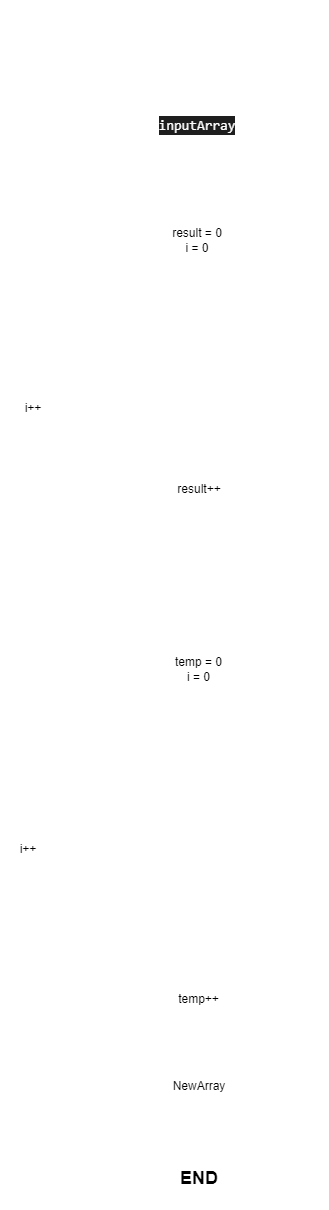
Above: FinalWork.drawio.png in nondusty1/FinalWork (draw.io), before the change. Source tidied: cells renumbered, new cells last; positions are measured from the earlier drawing's top-left corner, leaving out a move shared by most shapes. Source of this version:
```xml
<mxGraphModel>
  <root>
    <mxCell id="0" />
    <mxCell id="1" parent="0" />
    <mxCell id="2" style="edgeStyle=none;html=1;exitX=0.5;exitY=1;exitDx=0;exitDy=0;entryX=0.5;entryY=0;entryDx=0;entryDy=0;fontSize=18;fontColor=#FFFFFF;strokeColor=#FFFFFF;" parent="1" edge="1" source="3" target="40">
      <mxGeometry relative="1" as="geometry" />
    </mxCell>
    <mxCell id="3" value="&lt;div style=&quot;background-color: rgb(30 , 30 , 30) ; font-family: &amp;#34;consolas&amp;#34; , &amp;#34;courier new&amp;#34; , monospace ; font-size: 14px ; line-height: 19px&quot;&gt;&lt;font color=&quot;#ffffff&quot;&gt;inputArray&lt;/font&gt;&lt;/div&gt;" style="rounded=0;whiteSpace=wrap;html=1;strokeColor=#FFFFFF;" parent="1" vertex="1">
      <mxGeometry x="137" y="105" width="120" height="40" as="geometry" />
    </mxCell>
    <mxCell id="4" style="edgeStyle=none;html=1;entryX=0.5;entryY=0;entryDx=0;entryDy=0;strokeColor=#FFFFFF;" parent="1" edge="1" source="5" target="7">
      <mxGeometry relative="1" as="geometry" />
    </mxCell>
    <mxCell id="5" value="&lt;div style=&quot;font-family: &amp;#34;consolas&amp;#34; , &amp;#34;courier new&amp;#34; , monospace ; font-size: 14px ; line-height: 19px&quot;&gt;&lt;span style=&quot;font-size: 18px&quot;&gt;&lt;font color=&quot;#ffffff&quot;&gt;WriteNewArray&lt;/font&gt;&lt;/span&gt;&lt;/div&gt;" style="rounded=0;whiteSpace=wrap;html=1;strokeColor=#FFFFFF;align=center;" parent="1" vertex="1">
      <mxGeometry x="103" y="582" width="190" height="40" as="geometry" />
    </mxCell>
    <mxCell id="6" style="edgeStyle=none;html=1;entryX=0.5;entryY=0;entryDx=0;entryDy=0;strokeColor=#FFFFFF;" parent="1" edge="1" source="7" target="11">
      <mxGeometry relative="1" as="geometry" />
    </mxCell>
    <mxCell id="7" value="temp = 0&lt;br&gt;i = 0" style="rounded=0;whiteSpace=wrap;html=1;strokeColor=#FFFFFF;" parent="1" vertex="1">
      <mxGeometry x="148.5" y="651" width="99" height="36" as="geometry" />
    </mxCell>
    <mxCell id="8" style="edgeStyle=none;html=1;entryX=0.5;entryY=0;entryDx=0;entryDy=0;strokeColor=#FFFFFF;" parent="1" edge="1" source="11" target="15">
      <mxGeometry relative="1" as="geometry" />
    </mxCell>
    <mxCell id="9" value="Yes" style="edgeLabel;html=1;align=center;verticalAlign=middle;fontSize=10;fontColor=#FFFFFF;" parent="8" vertex="1">
      <mxGeometry x="-0.45" y="-1" relative="1" as="geometry" />
    </mxCell>
    <mxCell id="10" style="edgeStyle=none;html=1;entryX=0.5;entryY=0;entryDx=0;entryDy=0;strokeColor=#FFFFFF;" parent="1" edge="1" source="11" target="23">
      <mxGeometry relative="1" as="geometry">
        <Array as="points">
          <mxPoint x="319" y="749" />
          <mxPoint x="319" y="1039" />
          <mxPoint x="199" y="1039" />
        </Array>
      </mxGeometry>
    </mxCell>
    <mxCell id="11" value="&lt;div style=&quot;font-family: &amp;#34;consolas&amp;#34; , &amp;#34;courier new&amp;#34; , monospace ; line-height: 19px ; font-size: 11px&quot;&gt;&lt;font color=&quot;#ffffff&quot; style=&quot;font-size: 11px&quot;&gt;i &amp;lt; oldArray.Length&lt;/font&gt;&lt;/div&gt;" style="rhombus;whiteSpace=wrap;html=1;strokeColor=#FFFFFF;" parent="1" vertex="1">
      <mxGeometry x="119" y="719" width="160" height="60" as="geometry" />
    </mxCell>
    <mxCell id="12" style="edgeStyle=none;html=1;entryX=0.5;entryY=0;entryDx=0;entryDy=0;strokeColor=#FFFFFF;" parent="1" edge="1" source="15" target="17">
      <mxGeometry relative="1" as="geometry" />
    </mxCell>
    <mxCell id="13" style="edgeStyle=none;html=1;exitX=0;exitY=0.5;exitDx=0;exitDy=0;entryX=1;entryY=0.5;entryDx=0;entryDy=0;fontSize=10;fontColor=#FFFFFF;strokeColor=#FFFFFF;" parent="1" edge="1" source="15" target="21">
      <mxGeometry relative="1" as="geometry" />
    </mxCell>
    <mxCell id="14" value="No" style="edgeLabel;html=1;align=center;verticalAlign=middle;fontSize=10;fontColor=#FFFFFF;" parent="13" vertex="1">
      <mxGeometry x="-0.3" y="3" relative="1" as="geometry" />
    </mxCell>
    <mxCell id="15" value="&lt;div style=&quot;font-family: &amp;#34;consolas&amp;#34; , &amp;#34;courier new&amp;#34; , monospace ; line-height: 19px&quot;&gt;&lt;font color=&quot;#ffffff&quot; style=&quot;font-size: 9px&quot;&gt;oldArray[i].Length &amp;lt;= lengthLimit&lt;/font&gt;&lt;/div&gt;" style="rhombus;whiteSpace=wrap;html=1;strokeColor=#FFFFFF;" parent="1" vertex="1">
      <mxGeometry x="102.5" y="820.5" width="189" height="57" as="geometry" />
    </mxCell>
    <mxCell id="16" style="edgeStyle=none;html=1;entryX=0.5;entryY=0;entryDx=0;entryDy=0;strokeColor=#FFFFFF;" parent="1" edge="1" source="17" target="19">
      <mxGeometry relative="1" as="geometry" />
    </mxCell>
    <mxCell id="17" value="&lt;div style=&quot;font-family: &amp;#34;consolas&amp;#34; , &amp;#34;courier new&amp;#34; , monospace ; font-size: 14px ; line-height: 19px&quot;&gt;&lt;font color=&quot;#ffffff&quot;&gt;newArray[temp] = oldArray[i]&lt;/font&gt;&lt;/div&gt;" style="rounded=0;whiteSpace=wrap;html=1;strokeColor=#FFFFFF;" parent="1" vertex="1">
      <mxGeometry x="86" y="923" width="226" height="34" as="geometry" />
    </mxCell>
    <mxCell id="18" style="edgeStyle=none;html=1;exitX=0;exitY=0.5;exitDx=0;exitDy=0;entryX=0.5;entryY=1;entryDx=0;entryDy=0;fontSize=10;fontColor=#FFFFFF;strokeColor=#FFFFFF;" parent="1" edge="1" source="19" target="21">
      <mxGeometry relative="1" as="geometry">
        <Array as="points">
          <mxPoint x="28" y="999" />
        </Array>
      </mxGeometry>
    </mxCell>
    <mxCell id="19" value="temp++" style="rounded=0;whiteSpace=wrap;html=1;strokeColor=#FFFFFF;" parent="1" vertex="1">
      <mxGeometry x="163.5" y="979" width="69" height="40" as="geometry" />
    </mxCell>
    <mxCell id="20" style="edgeStyle=none;html=1;exitX=0.5;exitY=0;exitDx=0;exitDy=0;entryX=0;entryY=0.5;entryDx=0;entryDy=0;fontSize=10;fontColor=#FFFFFF;strokeColor=#FFFFFF;" parent="1" edge="1" source="21" target="11">
      <mxGeometry relative="1" as="geometry">
        <Array as="points">
          <mxPoint x="28" y="749" />
        </Array>
      </mxGeometry>
    </mxCell>
    <mxCell id="21" value="i++" style="rounded=0;whiteSpace=wrap;html=1;strokeColor=#FFFFFF;" parent="1" vertex="1">
      <mxGeometry y="836.5" width="56" height="25" as="geometry" />
    </mxCell>
    <mxCell id="22" style="edgeStyle=none;html=1;fontSize=10;fontColor=#FFFFFF;strokeColor=#FFFFFF;" parent="1" edge="1" source="23" target="46">
      <mxGeometry relative="1" as="geometry" />
    </mxCell>
    <mxCell id="23" value="NewArray" style="shape=document;whiteSpace=wrap;html=1;boundedLbl=1;strokeColor=#FFFFFF;" parent="1" vertex="1">
      <mxGeometry x="149" y="1069" width="100" height="50" as="geometry" />
    </mxCell>
    <mxCell id="24" style="edgeStyle=none;html=1;entryX=0.5;entryY=0;entryDx=0;entryDy=0;strokeColor=#FFFFFF;" parent="1" edge="1" source="25" target="30">
      <mxGeometry relative="1" as="geometry" />
    </mxCell>
    <mxCell id="25" value="result = 0&lt;br&gt;i = 0" style="rounded=0;whiteSpace=wrap;html=1;strokeColor=#FFFFFF;" parent="1" vertex="1">
      <mxGeometry x="156" y="225" width="82" height="29" as="geometry" />
    </mxCell>
    <mxCell id="26" style="edgeStyle=none;html=1;entryX=0.5;entryY=0;entryDx=0;entryDy=0;strokeColor=#FFFFFF;" parent="1" edge="1" source="30" target="34">
      <mxGeometry relative="1" as="geometry" />
    </mxCell>
    <mxCell id="27" value="Yes" style="edgeLabel;html=1;align=center;verticalAlign=middle;fontSize=10;fontColor=#FFFFFF;" parent="26" vertex="1">
      <mxGeometry x="-0.45" y="-1" relative="1" as="geometry">
        <mxPoint x="2" y="3" as="offset" />
      </mxGeometry>
    </mxCell>
    <mxCell id="28" style="edgeStyle=none;html=1;strokeColor=#FFFFFF;" parent="1" edge="1" source="30" target="5">
      <mxGeometry relative="1" as="geometry">
        <Array as="points">
          <mxPoint x="315" y="313" />
          <mxPoint x="315" y="376" />
          <mxPoint x="315" y="508" />
          <mxPoint x="315" y="539" />
          <mxPoint x="198" y="539" />
        </Array>
      </mxGeometry>
    </mxCell>
    <mxCell id="29" value="No" style="edgeLabel;html=1;align=center;verticalAlign=middle;fontSize=10;fontColor=#FFFFFF;" parent="28" vertex="1">
      <mxGeometry x="-0.91" y="-1" relative="1" as="geometry" />
    </mxCell>
    <mxCell id="30" value="&lt;div style=&quot;font-family: &amp;#34;consolas&amp;#34; , &amp;#34;courier new&amp;#34; , monospace ; line-height: 19px&quot;&gt;&lt;font color=&quot;#ffffff&quot; style=&quot;font-size: 12px&quot;&gt;i &amp;lt; array.Length&lt;/font&gt;&lt;/div&gt;" style="rhombus;whiteSpace=wrap;html=1;strokeColor=#FFFFFF;" parent="1" vertex="1">
      <mxGeometry x="118" y="283" width="160" height="60" as="geometry" />
    </mxCell>
    <mxCell id="31" style="edgeStyle=none;html=1;entryX=0.5;entryY=0;entryDx=0;entryDy=0;strokeColor=#FFFFFF;" parent="1" edge="1" source="34">
      <mxGeometry relative="1" as="geometry">
        <mxPoint x="198" y="473" as="targetPoint" />
      </mxGeometry>
    </mxCell>
    <mxCell id="32" style="edgeStyle=none;html=1;exitX=0;exitY=0.5;exitDx=0;exitDy=0;entryX=1;entryY=0.5;entryDx=0;entryDy=0;fontSize=10;fontColor=#FFFFFF;strokeColor=#FFFFFF;" parent="1" edge="1" source="34" target="38">
      <mxGeometry relative="1" as="geometry" />
    </mxCell>
    <mxCell id="33" value="No" style="edgeLabel;html=1;align=center;verticalAlign=middle;fontSize=10;fontColor=#FFFFFF;" parent="32" vertex="1">
      <mxGeometry x="-0.48" y="-1" relative="1" as="geometry">
        <mxPoint x="-5" y="1" as="offset" />
      </mxGeometry>
    </mxCell>
    <mxCell id="34" value="&lt;div style=&quot;font-family: &amp;#34;consolas&amp;#34; , &amp;#34;courier new&amp;#34; , monospace ; line-height: 19px&quot;&gt;&lt;font color=&quot;#ffffff&quot; style=&quot;font-size: 10px&quot;&gt;array[i].Length &amp;lt;= lengthLimit&lt;/font&gt;&lt;/div&gt;" style="rhombus;whiteSpace=wrap;html=1;strokeColor=#FFFFFF;" parent="1" vertex="1">
      <mxGeometry x="94" y="380" width="210" height="56" as="geometry" />
    </mxCell>
    <mxCell id="35" style="edgeStyle=none;html=1;exitX=0;exitY=0.5;exitDx=0;exitDy=0;entryX=0.5;entryY=1;entryDx=0;entryDy=0;fontSize=10;fontColor=#FFFFFF;strokeColor=#FFFFFF;" parent="1" edge="1" source="36" target="38">
      <mxGeometry relative="1" as="geometry">
        <Array as="points">
          <mxPoint x="34" y="489" />
        </Array>
      </mxGeometry>
    </mxCell>
    <mxCell id="36" value="result++" style="rounded=0;whiteSpace=wrap;html=1;strokeColor=#FFFFFF;" parent="1" vertex="1">
      <mxGeometry x="160" y="472" width="78" height="34" as="geometry" />
    </mxCell>
    <mxCell id="37" style="edgeStyle=none;html=1;exitX=0.5;exitY=0;exitDx=0;exitDy=0;entryX=0;entryY=0.5;entryDx=0;entryDy=0;fontSize=10;fontColor=#FFFFFF;strokeColor=#FFFFFF;" parent="1" edge="1" source="38" target="30">
      <mxGeometry relative="1" as="geometry">
        <Array as="points">
          <mxPoint x="34" y="313" />
        </Array>
      </mxGeometry>
    </mxCell>
    <mxCell id="38" value="i++" style="rounded=0;whiteSpace=wrap;html=1;strokeColor=#FFFFFF;" parent="1" vertex="1">
      <mxGeometry x="8" y="397.5" width="50" height="21" as="geometry" />
    </mxCell>
    <mxCell id="39" style="edgeStyle=none;html=1;exitX=0.5;exitY=1;exitDx=0;exitDy=0;entryX=0.5;entryY=0;entryDx=0;entryDy=0;fontSize=18;fontColor=#FFFFFF;strokeColor=#FFFFFF;" parent="1" edge="1" source="40" target="25">
      <mxGeometry relative="1" as="geometry" />
    </mxCell>
    <mxCell id="40" value="&lt;font color=&quot;#ffffff&quot;&gt;&lt;span style=&quot;font-family: &amp;#34;consolas&amp;#34; , &amp;#34;courier new&amp;#34; , monospace ; font-size: 14px&quot;&gt;lengthLimit&lt;/span&gt;&amp;nbsp;= 3&lt;/font&gt;" style="rounded=0;whiteSpace=wrap;html=1;strokeColor=#FFFFFF;" parent="1" vertex="1">
      <mxGeometry x="140.5" y="170" width="113" height="30" as="geometry" />
    </mxCell>
    <mxCell id="41" style="edgeStyle=none;html=1;exitX=0.5;exitY=1;exitDx=0;exitDy=0;entryX=0.5;entryY=0;entryDx=0;entryDy=0;fontSize=18;fontColor=#FFFFFF;strokeColor=#FFFFFF;" parent="1" edge="1" source="42" target="3">
      <mxGeometry relative="1" as="geometry" />
    </mxCell>
    <mxCell id="42" value="&lt;b&gt;START&lt;/b&gt;" style="ellipse;whiteSpace=wrap;html=1;labelBackgroundColor=none;fontSize=18;fontColor=#FFFFFF;strokeColor=#FFFFFF;" parent="1" vertex="1">
      <mxGeometry x="138" width="120" height="80" as="geometry" />
    </mxCell>
    <mxCell id="43" value="Yes" style="edgeLabel;html=1;align=center;verticalAlign=middle;fontSize=10;fontColor=#FFFFFF;" parent="1" vertex="1">
      <mxGeometry x="253.5" y="453" as="geometry">
        <mxPoint x="-57" y="1" as="offset" />
      </mxGeometry>
    </mxCell>
    <mxCell id="44" value="&lt;font style=&quot;font-size: 10px&quot;&gt;No&lt;/font&gt;" style="edgeLabel;html=1;align=center;verticalAlign=middle;fontSize=18;fontColor=#FFFFFF;" parent="1" vertex="1">
      <mxGeometry x="322.2" y="330" as="geometry">
        <mxPoint x="-26" y="418" as="offset" />
      </mxGeometry>
    </mxCell>
    <mxCell id="45" value="Yes" style="edgeLabel;html=1;align=center;verticalAlign=middle;fontSize=10;fontColor=#FFFFFF;" parent="1" vertex="1">
      <mxGeometry x="208" y="799.8" as="geometry">
        <mxPoint x="-13" y="90" as="offset" />
      </mxGeometry>
    </mxCell>
    <mxCell id="46" value="&lt;font style=&quot;font-size: 18px&quot;&gt;&lt;b&gt;END&lt;/b&gt;&lt;/font&gt;" style="ellipse;whiteSpace=wrap;html=1;strokeColor=#FFFFFF;" parent="1" vertex="1">
      <mxGeometry x="139" y="1148" width="120" height="60" as="geometry" />
    </mxCell>
  </root>
</mxGraphModel>
```
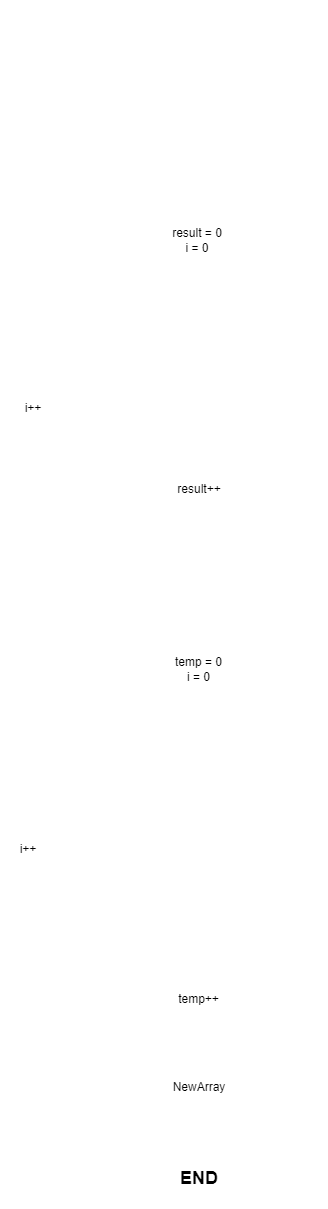
Above is the later version.

Diff of the diagram source:
```diff
@@ -5,7 +5,7 @@
     <mxCell id="2" style="edgeStyle=none;html=1;exitX=0.5;exitY=1;exitDx=0;exitDy=0;entryX=0.5;entryY=0;entryDx=0;entryDy=0;fontSize=18;fontColor=#FFFFFF;strokeColor=#FFFFFF;" parent="1" edge="1" source="3" target="40">
       <mxGeometry relative="1" as="geometry" />
     </mxCell>
-    <mxCell id="3" value="&lt;div style=&quot;background-color: rgb(30 , 30 , 30) ; font-family: &amp;#34;consolas&amp;#34; , &amp;#34;courier new&amp;#34; , monospace ; font-size: 14px ; line-height: 19px&quot;&gt;&lt;font color=&quot;#ffffff&quot;&gt;inputArray&lt;/font&gt;&lt;/div&gt;" style="rounded=0;whiteSpace=wrap;html=1;strokeColor=#FFFFFF;" parent="1" vertex="1">
+    <mxCell id="3" value="&lt;div style=&quot;font-family: &amp;#34;consolas&amp;#34; , &amp;#34;courier new&amp;#34; , monospace ; font-size: 14px ; line-height: 19px&quot;&gt;&lt;font color=&quot;#ffffff&quot;&gt;inputArray&lt;/font&gt;&lt;/div&gt;" style="rounded=0;whiteSpace=wrap;html=1;strokeColor=#FFFFFF;" parent="1" vertex="1">
       <mxGeometry x="137" y="105" width="120" height="40" as="geometry" />
     </mxCell>
     <mxCell id="4" style="edgeStyle=none;html=1;entryX=0.5;entryY=0;entryDx=0;entryDy=0;strokeColor=#FFFFFF;" parent="1" edge="1" source="5" target="7">
```
